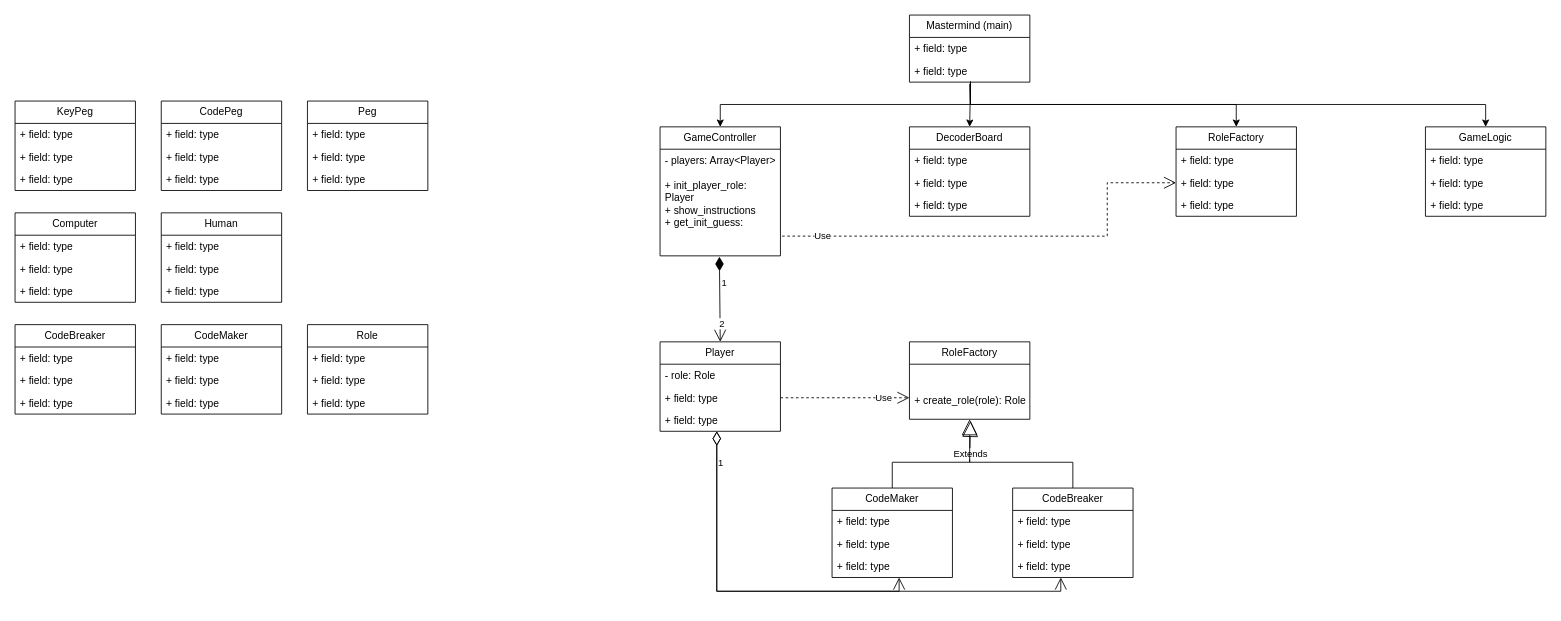
The draw.io diagram mastermind.drawio in ZephyRemix/mastermind-boardgame, before the edit. Source tidied: cells renumbered, new cells numbered last; positions are measured from the earlier drawing's top-left corner, leaving out a move shared by most shapes. Both pictures are drawn from the tidied source at 86%, with x=0, y=0 at pixel (15, 15).
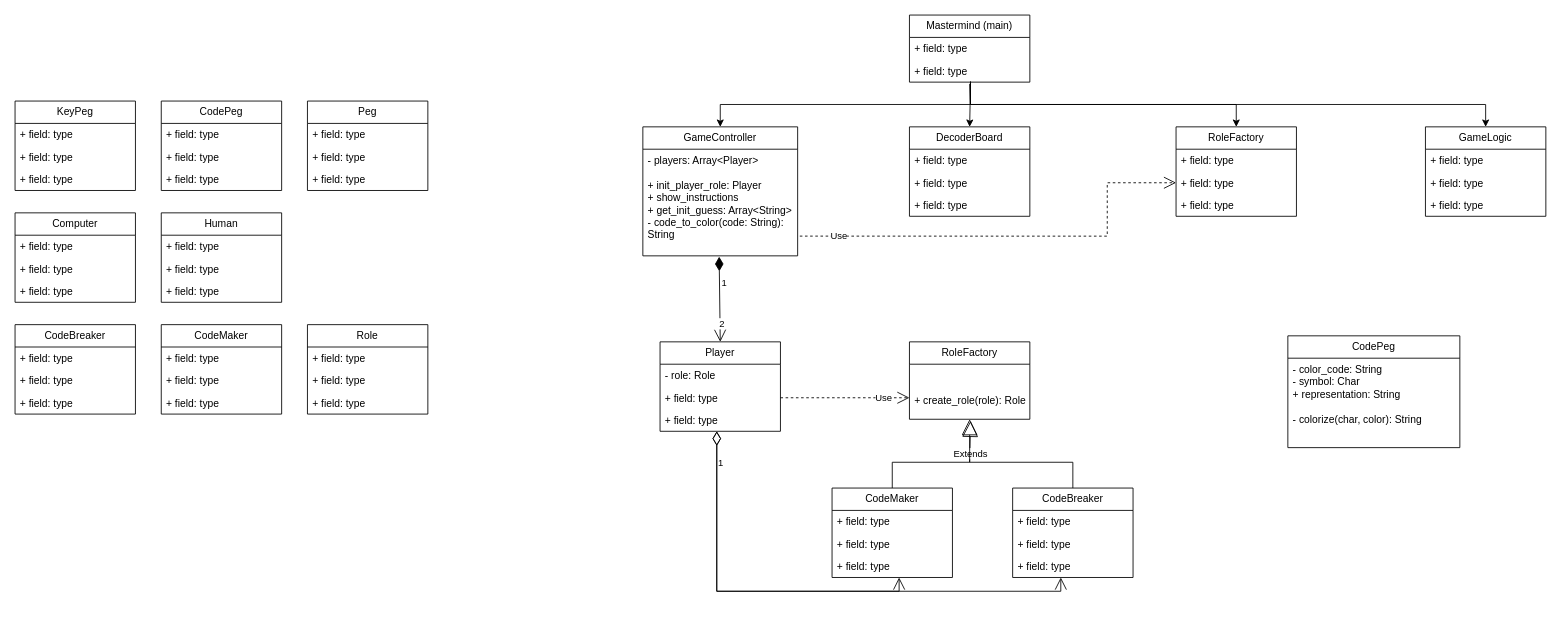
After the change.

Commit message:
Added initalizing methods to generate CodePeg class.drawio

What changed in the source:
```diff
@@
     <mxCell id="14" value="GameController" style="swimlane;fontStyle=0;horizontal=1;startSize=26;fillColor=none;whiteSpace=wrap;html=1;" parent="1" vertex="1">
-      <mxGeometry x="750" y="130" width="140" height="150" as="geometry" />
+      <mxGeometry x="730" y="130" width="180" height="150" as="geometry" />
     </mxCell>
-    <mxCell id="15" value="&lt;div&gt;- players: Array&amp;lt;Player&amp;gt;&lt;/div&gt;&lt;div&gt;&lt;br&gt;&lt;/div&gt;&lt;div&gt;+ init_player_role: Player&lt;/div&gt;&lt;div&gt;+ show_instructions&lt;/div&gt;&lt;div&gt;+ get_init_guess:&amp;nbsp;&lt;/div&gt;" style="text;strokeColor=none;fillColor=none;align=left;verticalAlign=top;spacingLeft=4;spacingRight=4;overflow=hidden;points=[[0,0.5],[1,0.5]];portConstraint=eastwest;whiteSpace=wrap;html=1;" parent="14" vertex="1">
-      <mxGeometry y="26" width="140" height="124" as="geometry" />
+    <mxCell id="15" value="&lt;div&gt;- players: Array&amp;lt;Player&amp;gt;&lt;/div&gt;&lt;div&gt;&lt;br&gt;&lt;/div&gt;&lt;div&gt;+ init_player_role: Player&lt;/div&gt;&lt;div&gt;+ show_instructions&lt;/div&gt;&lt;div&gt;+ get_init_guess: Array&amp;lt;String&amp;gt;&lt;/div&gt;&lt;div&gt;- code_to_color(code: String): String&lt;/div&gt;" style="text;strokeColor=none;fillColor=none;align=left;verticalAlign=top;spacingLeft=4;spacingRight=4;overflow=hidden;points=[[0,0.5],[1,0.5]];portConstraint=eastwest;whiteSpace=wrap;html=1;" parent="14" vertex="1">
+      <mxGeometry y="26" width="180" height="124" as="geometry" />
     </mxCell>
@@
+    <mxCell id="77" value="CodePeg" style="swimlane;fontStyle=0;horizontal=1;startSize=26;fillColor=none;whiteSpace=wrap;html=1;" parent="1" vertex="1">
+      <mxGeometry x="1480" y="373" width="200" height="130" as="geometry" />
+    </mxCell>
+    <mxCell id="78" value="- color_code: String&lt;div&gt;- symbol: Char&lt;/div&gt;&lt;div&gt;+ representation: String&lt;/div&gt;&lt;div&gt;&lt;br&gt;&lt;/div&gt;&lt;div&gt;- colorize(char, color): String&lt;/div&gt;" style="text;strokeColor=none;fillColor=none;align=left;verticalAlign=top;spacingLeft=4;spacingRight=4;overflow=hidden;whiteSpace=wrap;html=1;" parent="77" vertex="1">
+      <mxGeometry y="26" width="200" height="104" as="geometry" />
+    </mxCell>
```
